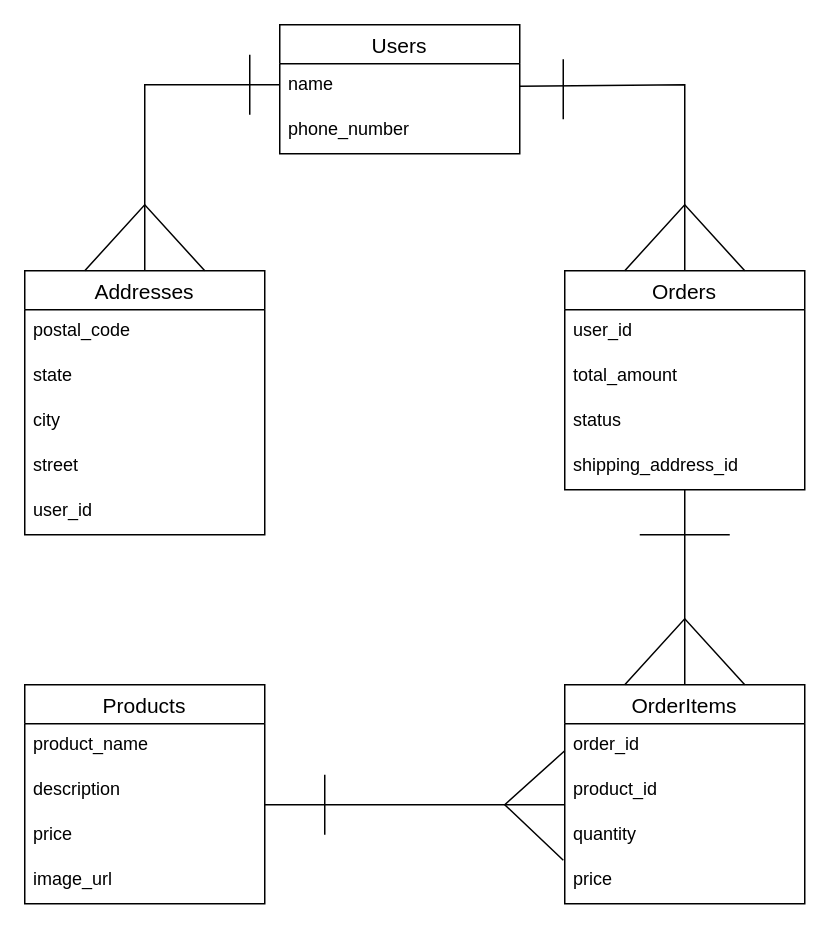
yuuukikiki/bagel_mallow keeps this draw.io diagram as mallowER.dio. Above is the earlier version. Source tidied: cells renumbered, new cells numbered last; positions are measured from the earlier drawing's top-left corner, leaving out a move shared by most shapes. Both pictures are drawn from the tidied source at 150%, with x=0, y=0 at pixel (24, 24).
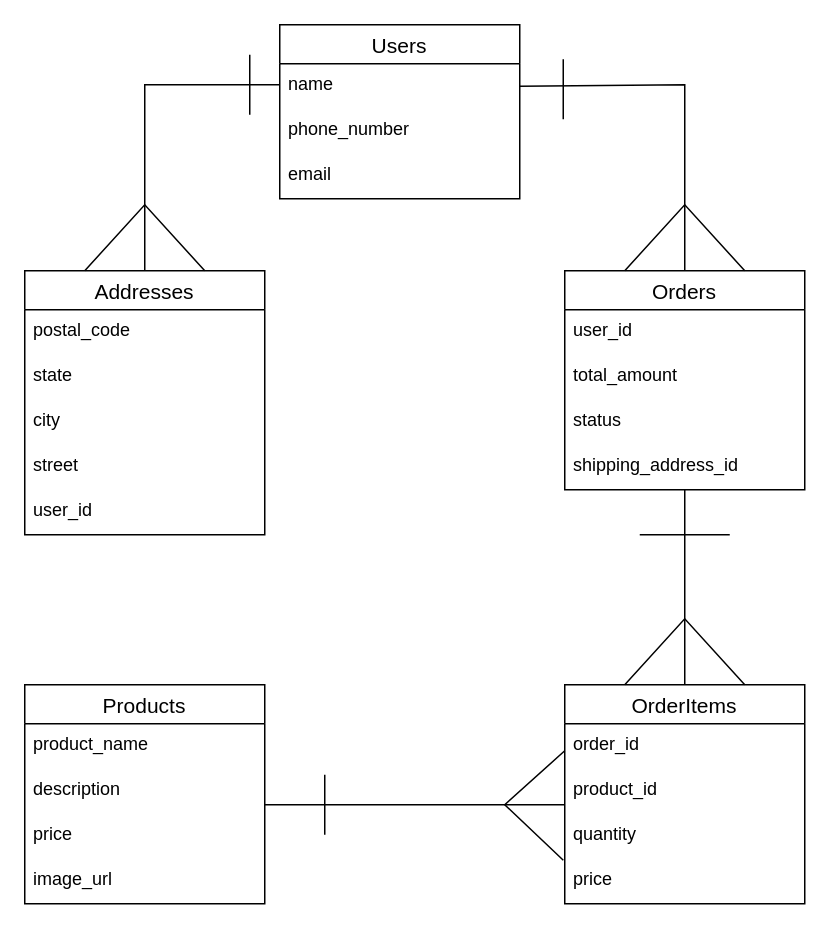
The same diagram, later.

Commit message (it also covers changes not shown here):
データベース設計(README)

The edit, as a diff of the source:
```diff
@@
     <mxCell id="2" value="Users" style="swimlane;fontStyle=0;horizontal=1;startSize=26;align=center;fontSize=14;" parent="1" vertex="1">
-      <mxGeometry x="170" width="160" height="86" as="geometry" />
+      <mxGeometry x="170" width="160" height="116" as="geometry" />
     </mxCell>
@@
+    <mxCell id="38" value="email" style="text;strokeColor=none;fillColor=none;spacingLeft=4;spacingRight=4;overflow=hidden;fontSize=12;" parent="2" vertex="1">
+      <mxGeometry y="86" width="160" height="30" as="geometry" />
+    </mxCell>
```
